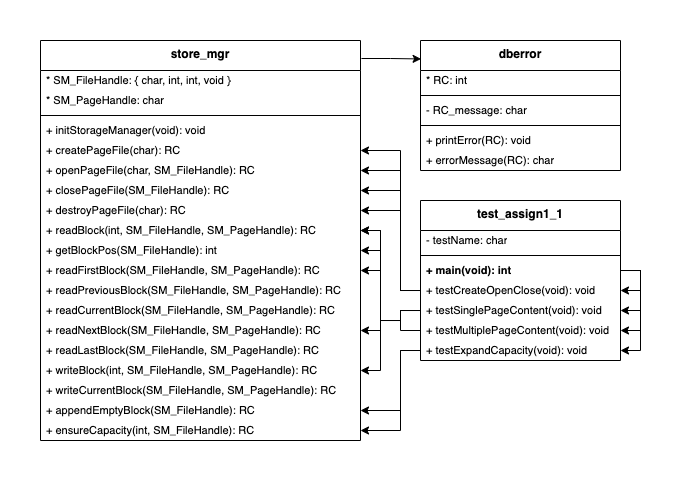
hanggrian/IIT-CS525 keeps this draw.io diagram as assign1/hierarchy.png. Above is the earlier version. Source tidied: cells renumbered, new cells last; positions are measured from the earlier drawing's top-left corner, leaving out a move shared by most shapes.
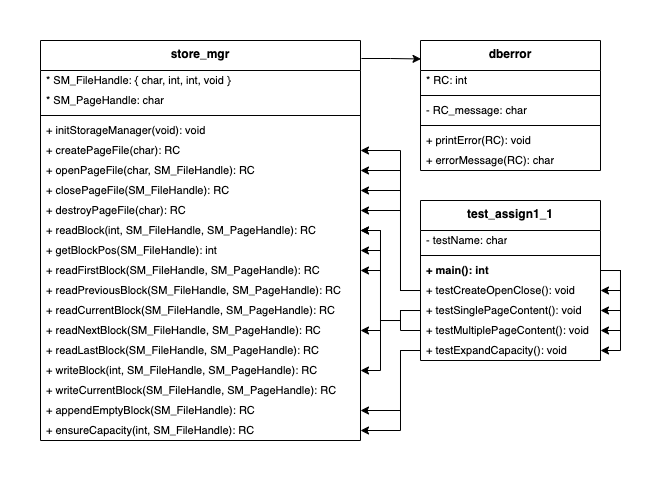
The same diagram one commit later.

Commit message:
Add assign3 hierarchy & interactive

Diff of the diagram source:
```diff
@@ -63,34 +63,34 @@
       <mxGeometry y="380" width="320" height="20" as="geometry" />
     </mxCell>
     <mxCell id="22" value="dberror" style="swimlane;fontStyle=1;align=center;verticalAlign=top;horizontal=1;startSize=30;whiteSpace=wrap;html=1;" parent="1" vertex="1">
-      <mxGeometry x="380" width="200" height="130" as="geometry" />
+      <mxGeometry x="380" width="180" height="130" as="geometry" />
     </mxCell>
     <mxCell id="23" value="* RC: int" style="text;strokeColor=none;fillColor=none;align=left;verticalAlign=middle;spacingLeft=4;spacingRight=4;overflow=hidden;whiteSpace=wrap;html=1;fontSize=11;" parent="22" vertex="1">
-      <mxGeometry y="30" width="200" height="20" as="geometry" />
+      <mxGeometry y="30" width="180" height="20" as="geometry" />
     </mxCell>
     <mxCell id="24" style="line;strokeWidth=1;fillColor=none;align=left;verticalAlign=middle;spacingTop=0;spacingLeft=0;spacingRight=0;labelPosition=right;strokeColor=inherit;spacing=0;" parent="22" vertex="1">
-      <mxGeometry y="50" width="200" height="10" as="geometry" />
+      <mxGeometry y="50" width="180" height="10" as="geometry" />
     </mxCell>
     <mxCell id="25" value="- RC_message: char" style="text;strokeColor=none;fillColor=none;align=left;verticalAlign=middle;spacingLeft=4;spacingRight=4;overflow=hidden;whiteSpace=wrap;html=1;fontSize=11;" parent="22" vertex="1">
-      <mxGeometry y="60" width="200" height="20" as="geometry" />
+      <mxGeometry y="60" width="180" height="20" as="geometry" />
     </mxCell>
     <mxCell id="26" style="line;strokeWidth=1;fillColor=none;align=left;verticalAlign=middle;spacingTop=0;spacingLeft=0;spacingRight=0;labelPosition=right;strokeColor=inherit;spacing=0;" parent="22" vertex="1">
-      <mxGeometry y="80" width="200" height="10" as="geometry" />
+      <mxGeometry y="80" width="180" height="10" as="geometry" />
     </mxCell>
     <mxCell id="27" value="+ printError(RC): void" style="text;strokeColor=none;fillColor=none;align=left;verticalAlign=middle;spacingLeft=4;spacingRight=4;overflow=hidden;whiteSpace=wrap;html=1;fontSize=11;" parent="22" vertex="1">
-      <mxGeometry y="90" width="200" height="20" as="geometry" />
+      <mxGeometry y="90" width="180" height="20" as="geometry" />
     </mxCell>
     <mxCell id="28" value="+ errorMessage(RC): char" style="text;strokeColor=none;fillColor=none;align=left;verticalAlign=middle;spacingLeft=4;spacingRight=4;overflow=hidden;whiteSpace=wrap;html=1;fontSize=11;" parent="22" vertex="1">
-      <mxGeometry y="110" width="200" height="20" as="geometry" />
+      <mxGeometry y="110" width="180" height="20" as="geometry" />
     </mxCell>
     <mxCell id="29" value="test_assign1_1" style="swimlane;fontStyle=1;align=center;verticalAlign=top;horizontal=1;startSize=30;whiteSpace=wrap;html=1;" parent="1" vertex="1">
-      <mxGeometry x="380" y="160" width="200" height="160" as="geometry" />
+      <mxGeometry x="380" y="160" width="180" height="160" as="geometry" />
     </mxCell>
     <mxCell id="30" value="- testName: char" style="text;strokeColor=none;fillColor=none;align=left;verticalAlign=middle;spacingLeft=4;spacingRight=4;overflow=hidden;whiteSpace=wrap;html=1;fontSize=11;" parent="29" vertex="1">
-      <mxGeometry y="30" width="200" height="20" as="geometry" />
+      <mxGeometry y="30" width="180" height="20" as="geometry" />
     </mxCell>
     <mxCell id="31" style="line;strokeWidth=1;fillColor=none;align=left;verticalAlign=middle;spacingTop=0;spacingLeft=0;spacingRight=0;labelPosition=right;strokeColor=inherit;spacing=0;" parent="29" vertex="1">
-      <mxGeometry y="50" width="200" height="10" as="geometry" />
+      <mxGeometry y="50" width="180" height="10" as="geometry" />
     </mxCell>
     <mxCell id="32" style="edgeStyle=orthogonalEdgeStyle;rounded=0;jettySize=auto;html=1;exitX=1;exitY=0.5;exitDx=0;exitDy=0;entryX=1;entryY=0.5;entryDx=0;entryDy=0;" parent="29" edge="1" source="36" target="40">
       <mxGeometry relative="1" as="geometry" />
@@ -101,28 +101,28 @@
     <mxCell id="34" style="edgeStyle=orthogonalEdgeStyle;rounded=0;jettySize=auto;html=1;exitX=1;exitY=0.5;exitDx=0;exitDy=0;entryX=1;entryY=0.5;entryDx=0;entryDy=0;" parent="29" edge="1" source="36" target="37">
       <mxGeometry relative="1" as="geometry">
         <Array as="points">
-          <mxPoint x="220" y="70" />
-          <mxPoint x="220" y="90" />
+          <mxPoint x="200" y="70" />
+          <mxPoint x="200" y="90" />
         </Array>
       </mxGeometry>
     </mxCell>
     <mxCell id="35" style="edgeStyle=orthogonalEdgeStyle;rounded=0;jettySize=auto;html=1;exitX=1;exitY=0.5;exitDx=0;exitDy=0;entryX=1;entryY=0.5;entryDx=0;entryDy=0;" parent="29" edge="1" source="36" target="39">
       <mxGeometry relative="1" as="geometry" />
     </mxCell>
-    <mxCell id="36" value="+ main(void): int" style="text;strokeColor=none;fillColor=none;align=left;verticalAlign=middle;spacingLeft=4;spacingRight=4;overflow=hidden;points=[[0,0.5],[1,0.5]];portConstraint=eastwest;whiteSpace=wrap;html=1;fontSize=11;fontStyle=1;" parent="29" vertex="1">
-      <mxGeometry y="60" width="200" height="20" as="geometry" />
+    <mxCell id="36" value="+ main(): int" style="text;strokeColor=none;fillColor=none;align=left;verticalAlign=middle;spacingLeft=4;spacingRight=4;overflow=hidden;points=[[0,0.5],[1,0.5]];portConstraint=eastwest;whiteSpace=wrap;html=1;fontSize=11;fontStyle=1;" parent="29" vertex="1">
+      <mxGeometry y="60" width="180" height="20" as="geometry" />
     </mxCell>
-    <mxCell id="37" value="+ testCreateOpenClose(void): void" style="text;strokeColor=none;fillColor=none;align=left;verticalAlign=middle;spacingLeft=4;spacingRight=4;overflow=hidden;points=[[0,0.5],[1,0.5]];portConstraint=eastwest;whiteSpace=wrap;html=1;fontSize=11;" parent="29" vertex="1">
-      <mxGeometry y="80" width="200" height="20" as="geometry" />
+    <mxCell id="37" value="+ testCreateOpenClose(): void" style="text;strokeColor=none;fillColor=none;align=left;verticalAlign=middle;spacingLeft=4;spacingRight=4;overflow=hidden;points=[[0,0.5],[1,0.5]];portConstraint=eastwest;whiteSpace=wrap;html=1;fontSize=11;" parent="29" vertex="1">
+      <mxGeometry y="80" width="180" height="20" as="geometry" />
     </mxCell>
-    <mxCell id="38" value="+ testSinglePageContent(void): void" style="text;strokeColor=none;fillColor=none;align=left;verticalAlign=middle;spacingLeft=4;spacingRight=4;overflow=hidden;points=[[0,0.5],[1,0.5]];portConstraint=eastwest;whiteSpace=wrap;html=1;fontSize=11;" parent="29" vertex="1">
-      <mxGeometry y="100" width="200" height="20" as="geometry" />
+    <mxCell id="38" value="+ testSinglePageContent(): void" style="text;strokeColor=none;fillColor=none;align=left;verticalAlign=middle;spacingLeft=4;spacingRight=4;overflow=hidden;points=[[0,0.5],[1,0.5]];portConstraint=eastwest;whiteSpace=wrap;html=1;fontSize=11;" parent="29" vertex="1">
+      <mxGeometry y="100" width="180" height="20" as="geometry" />
     </mxCell>
-    <mxCell id="39" value="+ testMultiplePageContent(void): void" style="text;strokeColor=none;fillColor=none;align=left;verticalAlign=middle;spacingLeft=4;spacingRight=4;overflow=hidden;points=[[0,0.5],[1,0.5]];portConstraint=eastwest;whiteSpace=wrap;html=1;fontSize=11;" parent="29" vertex="1">
-      <mxGeometry y="120" width="200" height="20" as="geometry" />
+    <mxCell id="39" value="+ testMultiplePageContent(): void" style="text;strokeColor=none;fillColor=none;align=left;verticalAlign=middle;spacingLeft=4;spacingRight=4;overflow=hidden;points=[[0,0.5],[1,0.5]];portConstraint=eastwest;whiteSpace=wrap;html=1;fontSize=11;" parent="29" vertex="1">
+      <mxGeometry y="120" width="180" height="20" as="geometry" />
     </mxCell>
-    <mxCell id="40" value="+ testExpandCapacity(void): void" style="text;strokeColor=none;fillColor=none;align=left;verticalAlign=middle;spacingLeft=4;spacingRight=4;overflow=hidden;points=[[0,0.5],[1,0.5]];portConstraint=eastwest;whiteSpace=wrap;html=1;fontSize=11;" parent="29" vertex="1">
-      <mxGeometry y="140" width="200" height="20" as="geometry" />
+    <mxCell id="40" value="+ testExpandCapacity(): void" style="text;strokeColor=none;fillColor=none;align=left;verticalAlign=middle;spacingLeft=4;spacingRight=4;overflow=hidden;points=[[0,0.5],[1,0.5]];portConstraint=eastwest;whiteSpace=wrap;html=1;fontSize=11;" parent="29" vertex="1">
+      <mxGeometry y="140" width="180" height="20" as="geometry" />
     </mxCell>
     <mxCell id="41" style="edgeStyle=orthogonalEdgeStyle;rounded=0;jettySize=auto;html=1;exitX=0;exitY=0.5;exitDx=0;exitDy=0;entryX=1;entryY=0.5;entryDx=0;entryDy=0;" parent="1" edge="1" source="40" target="21">
       <mxGeometry relative="1" as="geometry">
```
